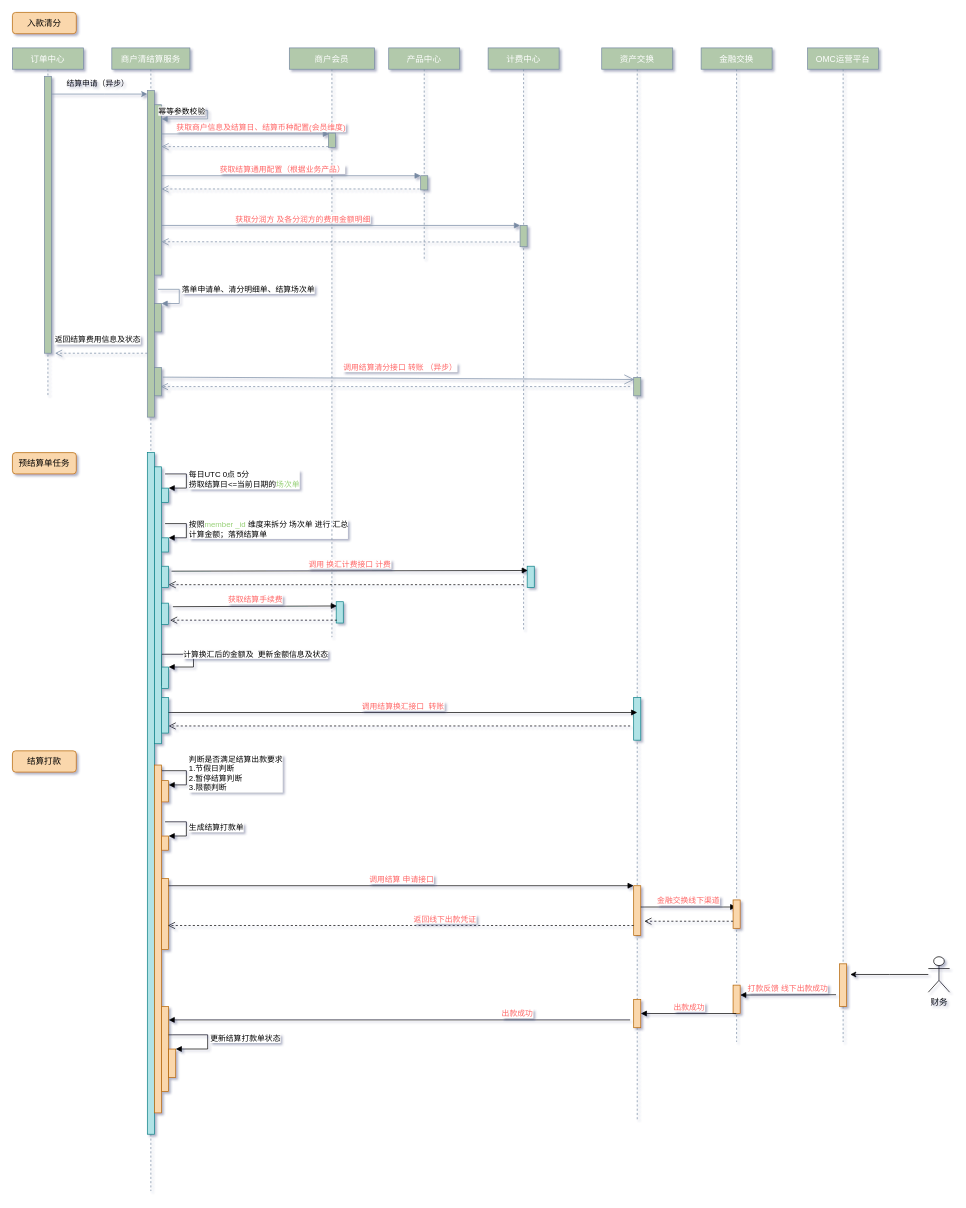
Before: merchant-settle/Untitled Diagram.drawio in DominicElvira/Diagrams, a draw.io diagram. Source tidied: cells renumbered, new cells numbered last; positions are measured from the earlier drawing's top-left corner, leaving out a move shared by most shapes. Both pictures are drawn from the tidied source at 71%, with x=0, y=0 at pixel (12, 12).
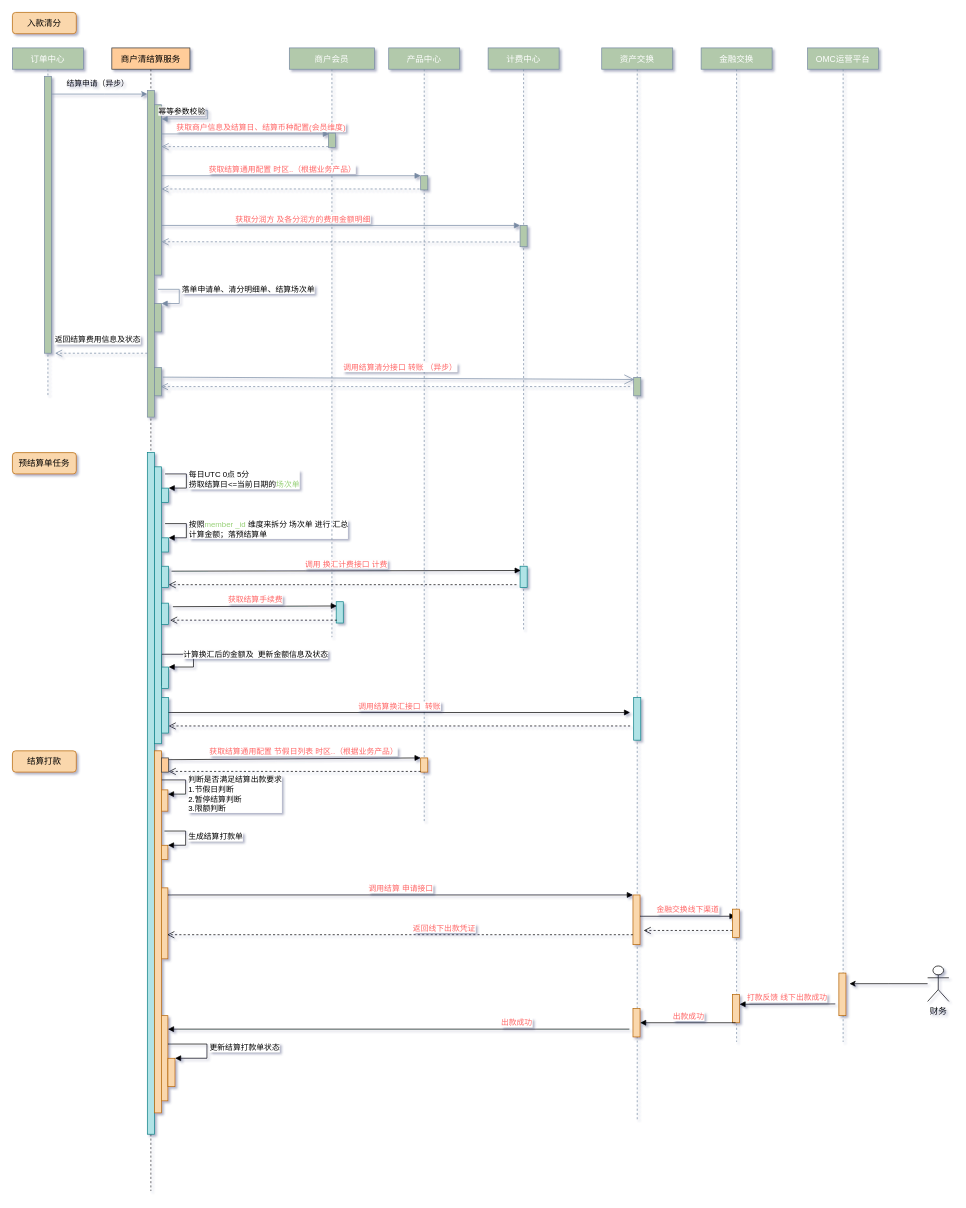
After the change.

The change refers to these unchanged cells:
```xml
<mxCell id="17" style="html=1;points=[];perimeter=orthogonalPerimeter;fillColor=#b0e3e6;strokeColor=#0e8088;" parent="4" vertex="1">
  <mxGeometry x="70" y="915" width="10" height="50" as="geometry" />
</mxCell>
<mxCell id="22" style="html=1;points=[];perimeter=orthogonalPerimeter;fillColor=#b0e3e6;strokeColor=#0e8088;" parent="4" vertex="1">
  <mxGeometry x="70" y="730" width="10" height="30" as="geometry" />
</mxCell>
<mxCell id="31" value="计费中心" style="shape=umlLifeline;perimeter=lifelinePerimeter;shadow=0;strokeWidth=1;fillColor=#B2C9AB;strokeColor=#788AA3;fontColor=#FFFFFF;rounded=0;size=30;" parent="1" vertex="1">
  <mxGeometry x="670" y="50" width="100" height="820" as="geometry" />
</mxCell>
<mxCell id="34" value="资产交换" style="shape=umlLifeline;perimeter=lifelinePerimeter;shadow=0;strokeWidth=1;fillColor=#B2C9AB;strokeColor=#788AA3;fontColor=#FFFFFF;rounded=0;size=30;" parent="1" vertex="1">
  <mxGeometry x="830" y="50" width="100" height="1510" as="geometry" />
</mxCell>
<mxCell id="67" value="金融交换" style="shape=umlLifeline;perimeter=lifelinePerimeter;shadow=0;strokeWidth=1;fillColor=#B2C9AB;strokeColor=#788AA3;fontColor=#FFFFFF;rounded=0;size=30;" parent="1" vertex="1">
  <mxGeometry x="970" y="50" width="100" height="1400" as="geometry" />
</mxCell>
<mxCell id="73" value="OMC运营平台" style="shape=umlLifeline;perimeter=lifelinePerimeter;shadow=0;strokeWidth=1;fillColor=#B2C9AB;strokeColor=#788AA3;fontColor=#FFFFFF;rounded=0;size=30;" parent="1" vertex="1">
  <mxGeometry x="1120" y="50" width="100" height="1400" as="geometry" />
</mxCell>
```

Diff of the diagram source:
```diff
@@
-    <mxCell id="4" value="商户清结算服务" style="shape=umlLifeline;perimeter=lifelinePerimeter;shadow=0;strokeWidth=1;fillColor=#B2C9AB;strokeColor=#788AA3;fontColor=#FFFFFF;rounded=0;size=30;" parent="1" vertex="1">
+    <mxCell id="4" value="商户清结算服务" style="shape=umlLifeline;perimeter=lifelinePerimeter;shadow=0;strokeWidth=1;fillColor=#ffcc99;strokeColor=#36393d;rounded=0;size=30;" parent="1" vertex="1">
       <mxGeometry x="140" y="50" width="110" height="1610" as="geometry" />
     </mxCell>
@@
     <mxCell id="20" style="html=1;perimeter=orthogonalPerimeter;fillColor=#fad7ac;strokeColor=#b46504;" parent="4" vertex="1">
-      <mxGeometry x="70" y="1032" width="10" height="30" as="geometry" />
+      <mxGeometry x="69" y="1045" width="10" height="30" as="geometry" />
     </mxCell>
     <mxCell id="21" value="判断是否满足结算出款要求&lt;br&gt;1.节假日判断 &lt;br&gt;2.暂停结算判断 &lt;br&gt;3.限额判断" style="edgeStyle=orthogonalEdgeStyle;html=1;align=left;spacingLeft=2;endArrow=block;rounded=0;entryX=1;entryY=0;fontColor=#000000;exitX=1;exitY=0.795;exitDx=0;exitDy=0;exitPerimeter=0;" parent="4" edge="1">
-      <mxGeometry relative="1" as="geometry">
-        <mxPoint x="70" y="1016" as="sourcePoint" />
-        <mxPoint x="80" y="1038" as="targetPoint" />
+      <mxGeometry x="0.39" relative="1" as="geometry">
+        <mxPoint x="69" y="1029" as="sourcePoint" />
+        <mxPoint x="79" y="1051" as="targetPoint" />
         <Array as="points">
-          <mxPoint x="70" y="1018" />
-          <mxPoint x="105" y="1018" />
-          <mxPoint x="105" y="1038" />
+          <mxPoint x="69" y="1031" />
+          <mxPoint x="104" y="1031" />
+          <mxPoint x="104" y="1051" />
         </Array>
       </mxGeometry>
     </mxCell>
@@
     <mxCell id="23" style="html=1;points=[];perimeter=orthogonalPerimeter;fillColor=#fad7ac;strokeColor=#b46504;" parent="4" vertex="1">
-      <mxGeometry x="70" y="1110" width="10" height="20" as="geometry" />
+      <mxGeometry x="69" y="1123" width="10" height="20" as="geometry" />
     </mxCell>
     <mxCell id="24" value="生成结算打款单" style="edgeStyle=orthogonalEdgeStyle;html=1;align=left;spacingLeft=2;endArrow=block;rounded=0;entryX=1;entryY=0;fontColor=#000000;" parent="4" edge="1" target="23">
       <mxGeometry relative="1" as="geometry">
-        <mxPoint x="75" y="1090" as="sourcePoint" />
+        <mxPoint x="74" y="1103" as="sourcePoint" />
         <Array as="points">
-          <mxPoint x="105" y="1090" />
+          <mxPoint x="104" y="1103" />
         </Array>
       </mxGeometry>
     </mxCell>
     <mxCell id="25" style="html=1;points=[];perimeter=orthogonalPerimeter;fillColor=#fad7ac;strokeColor=#b46504;" parent="4" vertex="1">
-      <mxGeometry x="70" y="1170" width="10" height="100" as="geometry" />
+      <mxGeometry x="69" y="1183" width="10" height="100" as="geometry" />
     </mxCell>
     <mxCell id="26" style="html=1;points=[];perimeter=orthogonalPerimeter;fillColor=#fad7ac;strokeColor=#b46504;" parent="4" vertex="1">
-      <mxGeometry x="70" y="1350" width="10" height="120" as="geometry" />
+      <mxGeometry x="69" y="1363" width="10" height="120" as="geometry" />
     </mxCell>
     <mxCell id="27" style="html=1;points=[];perimeter=orthogonalPerimeter;fillColor=#fad7ac;strokeColor=#b46504;" parent="4" vertex="1">
-      <mxGeometry x="80" y="1410" width="10" height="40" as="geometry" />
+      <mxGeometry x="79" y="1423" width="10" height="40" as="geometry" />
     </mxCell>
     <mxCell id="28" value="更新结算打款单状态" style="edgeStyle=orthogonalEdgeStyle;html=1;align=left;spacingLeft=2;endArrow=block;rounded=0;entryX=1;entryY=0;fontColor=#000000;" parent="4" edge="1" source="26" target="27">
       <mxGeometry relative="1" as="geometry">
         <Array as="points">
-          <mxPoint x="135" y="1390" />
-          <mxPoint x="135" y="1410" />
+          <mxPoint x="134" y="1403" />
+          <mxPoint x="134" y="1423" />
         </Array>
       </mxGeometry>
     </mxCell>
@@
     <mxCell id="30" style="html=1;perimeter=orthogonalPerimeter;fillColor=#fad7ac;strokeColor=#b46504;" parent="4" vertex="1">
-      <mxGeometry x="60" y="1010" width="10" height="490" as="geometry" />
+      <mxGeometry x="60" y="990" width="10" height="510" as="geometry" />
     </mxCell>
+    <mxCell id="78" style="html=1;points=[];perimeter=orthogonalPerimeter;fillColor=#ffcc99;strokeColor=#36393d;" parent="4" vertex="1">
+      <mxGeometry x="70" y="1000" width="10" height="20" as="geometry" />
+    </mxCell>
@@
     <mxCell id="33" style="html=1;points=[];perimeter=orthogonalPerimeter;fillColor=#b0e3e6;strokeColor=#0e8088;" parent="31" vertex="1">
-      <mxGeometry x="55" y="730" width="10" height="30" as="geometry" />
+      <mxGeometry x="45" y="730" width="10" height="30" as="geometry" />
     </mxCell>
@@
     <mxCell id="38" style="html=1;points=[];perimeter=orthogonalPerimeter;fillColor=#fad7ac;strokeColor=#b46504;" parent="34" vertex="1">
-      <mxGeometry x="45" y="1180" width="10" height="70" as="geometry" />
+      <mxGeometry x="44" y="1193" width="10" height="70" as="geometry" />
     </mxCell>
-    <mxCell id="39" value="&lt;font color=&quot;#ff6666&quot;&gt;金融交换线下渠道&lt;/font&gt;" style="html=1;verticalAlign=bottom;endArrow=block;rounded=0;fontColor=#000000;" parent="34" edge="1" target="67">
+    <mxCell id="39" value="&lt;font color=&quot;#ff6666&quot;&gt;金融交换线下渠道&lt;/font&gt;" style="html=1;verticalAlign=bottom;endArrow=block;rounded=0;fontColor=#000000;" parent="34" edge="1">
       <mxGeometry relative="1" as="geometry">
-        <mxPoint x="55" y="1210" as="sourcePoint" />
+        <mxPoint x="54" y="1223" as="sourcePoint" />
+        <mxPoint x="188.5" y="1223" as="targetPoint" />
       </mxGeometry>
     </mxCell>
     <mxCell id="40" style="html=1;perimeter=orthogonalPerimeter;fillColor=#fad7ac;strokeColor=#b46504;" parent="34" vertex="1">
-      <mxGeometry x="45" y="1340" width="10" height="40" as="geometry" />
+      <mxGeometry x="44" y="1353" width="10" height="40" as="geometry" />
     </mxCell>
@@
     <mxCell id="47" value="产品中心" style="shape=umlLifeline;perimeter=lifelinePerimeter;shadow=0;strokeWidth=1;fillColor=#B2C9AB;strokeColor=#788AA3;fontColor=#FFFFFF;rounded=0;size=30;" parent="1" vertex="1">
-      <mxGeometry x="530" y="50" width="100" height="300" as="geometry" />
+      <mxGeometry x="530" y="50" width="100" height="1090" as="geometry" />
     </mxCell>
@@
+    <mxCell id="79" style="html=1;points=[];perimeter=orthogonalPerimeter;fillColor=#fad7ac;strokeColor=#b46504;" parent="47" vertex="1">
+      <mxGeometry x="45" y="1000" width="10" height="20" as="geometry" />
+    </mxCell>
-    <mxCell id="49" value="&lt;font color=&quot;#ff6666&quot;&gt;获取结算通用配置（根据&lt;/font&gt;&lt;span style=&quot;color: rgb(255 , 102 , 102)&quot;&gt;业务产品&lt;/span&gt;&lt;font color=&quot;#ff6666&quot;&gt;）&lt;/font&gt;" style="html=1;verticalAlign=bottom;endArrow=block;entryX=0;entryY=0;fontSize=11;fontColor=#000000;strokeColor=#788AA3;fillColor=#B2C9AB;curved=0;jumpStyle=none;" parent="1" edge="1">
+    <mxCell id="49" value="&lt;font color=&quot;#ff6666&quot;&gt;获取结算通用配置 时区..（根据&lt;/font&gt;&lt;span style=&quot;color: rgb(255 , 102 , 102)&quot;&gt;业务产品&lt;/span&gt;&lt;font color=&quot;#ff6666&quot;&gt;）&lt;/font&gt;" style="html=1;verticalAlign=bottom;endArrow=block;entryX=0;entryY=0;fontSize=11;fontColor=#000000;strokeColor=#788AA3;fillColor=#B2C9AB;curved=0;jumpStyle=none;" parent="1" edge="1">
       <mxGeometry x="-0.07" relative="1" as="geometry">
         <mxPoint x="210" y="230" as="sourcePoint" />
         <mxPoint x="575" y="230" as="targetPoint" />
       </mxGeometry>
     </mxCell>
@@
     <mxCell id="55" value="调用结算换汇接口&amp;nbsp; 转账" style="html=1;verticalAlign=bottom;startArrow=none;endArrow=block;rounded=0;fontColor=#FF6666;startFill=0;" parent="1" edge="1" source="17">
       <mxGeometry relative="1" as="geometry">
-        <mxPoint x="880" y="986" as="targetPoint" />
+        <mxPoint x="870" y="986" as="targetPoint" />
       </mxGeometry>
     </mxCell>
@@
     <mxCell id="59" style="html=1;verticalAlign=bottom;endArrow=open;dashed=1;endSize=8;rounded=0;fontColor=#000000;entryX=1;entryY=0.867;entryDx=0;entryDy=0;entryPerimeter=0;" parent="1" edge="1" target="22">
       <mxGeometry relative="1" as="geometry">
-        <mxPoint x="720" y="806" as="sourcePoint" />
+        <mxPoint x="710" y="806" as="sourcePoint" />
       </mxGeometry>
     </mxCell>
@@
     <mxCell id="64" value="&lt;font color=&quot;#ff6666&quot;&gt;调用结算 申请接口&lt;/font&gt;" style="html=1;verticalAlign=bottom;endArrow=block;entryX=0;entryY=0;rounded=0;fontColor=#000000;" parent="1" edge="1" target="38">
       <mxGeometry relative="1" as="geometry">
-        <mxPoint x="220" y="1230" as="sourcePoint" />
+        <mxPoint x="219" y="1243" as="sourcePoint" />
       </mxGeometry>
     </mxCell>
@@
     <mxCell id="68" style="html=1;perimeter=orthogonalPerimeter;fillColor=#fad7ac;strokeColor=#b46504;" parent="67" vertex="1">
-      <mxGeometry x="45" y="1200" width="10" height="40" as="geometry" />
+      <mxGeometry x="44" y="1213" width="10" height="40" as="geometry" />
     </mxCell>
     <mxCell id="69" style="html=1;verticalAlign=bottom;endArrow=open;dashed=1;endSize=8;rounded=0;fontColor=#000000;" parent="67" edge="1">
       <mxGeometry relative="1" as="geometry">
-        <mxPoint x="45" y="1230" as="sourcePoint" />
-        <mxPoint x="-80" y="1230" as="targetPoint" />
+        <mxPoint x="44" y="1243" as="sourcePoint" />
+        <mxPoint x="-81" y="1243" as="targetPoint" />
       </mxGeometry>
     </mxCell>
     <mxCell id="70" style="html=1;perimeter=orthogonalPerimeter;fillColor=#fad7ac;strokeColor=#b46504;" parent="67" vertex="1">
-      <mxGeometry x="45" y="1320" width="10" height="40" as="geometry" />
+      <mxGeometry x="44" y="1333" width="10" height="40" as="geometry" />
     </mxCell>
     <mxCell id="71" value="&lt;font color=&quot;#ff6666&quot;&gt;打款反馈 线下出款成功&lt;/font&gt;" style="html=1;verticalAlign=bottom;endArrow=block;rounded=0;fontColor=#000000;" parent="67" edge="1">
       <mxGeometry relative="1" as="geometry">
-        <mxPoint x="190" y="1333.5" as="sourcePoint" />
-        <mxPoint x="55" y="1334" as="targetPoint" />
+        <mxPoint x="189" y="1346.5" as="sourcePoint" />
+        <mxPoint x="54" y="1347" as="targetPoint" />
       </mxGeometry>
     </mxCell>
-    <mxCell id="72" value="&lt;font color=&quot;#ff6666&quot;&gt;出款成功&lt;/font&gt;" style="html=1;verticalAlign=bottom;endArrow=block;rounded=0;fontColor=#000000;" parent="67" edge="1" source="67">
+    <mxCell id="72" value="&lt;font color=&quot;#ff6666&quot;&gt;出款成功&lt;/font&gt;" style="html=1;verticalAlign=bottom;endArrow=block;rounded=0;fontColor=#000000;" parent="67" edge="1">
       <mxGeometry relative="1" as="geometry">
-        <mxPoint x="-85" y="1360" as="targetPoint" />
+        <mxPoint x="48.5" y="1373" as="sourcePoint" />
+        <mxPoint x="-86" y="1373" as="targetPoint" />
       </mxGeometry>
     </mxCell>
@@
     <mxCell id="74" style="html=1;perimeter=orthogonalPerimeter;fillColor=#fad7ac;strokeColor=#b46504;" parent="73" vertex="1">
-      <mxGeometry x="45" y="1290" width="10" height="60" as="geometry" />
+      <mxGeometry x="44" y="1303" width="10" height="60" as="geometry" />
     </mxCell>
     <mxCell id="75" style="edgeStyle=orthogonalEdgeStyle;rounded=0;jettySize=auto;html=1;fontColor=#000000;startArrow=none;startFill=0;" parent="1" edge="1" source="76">
       <mxGeometry relative="1" as="geometry">
-        <mxPoint x="1180" y="1355" as="targetPoint" />
+        <mxPoint x="1179" y="1368" as="targetPoint" />
       </mxGeometry>
     </mxCell>
     <mxCell id="76" value="财务" style="shape=umlActor;verticalLabelPosition=bottom;verticalAlign=top;html=1;fontColor=#000000;" parent="1" vertex="1">
-      <mxGeometry x="1290" y="1330" width="30" height="50" as="geometry" />
+      <mxGeometry x="1289" y="1343" width="30" height="50" as="geometry" />
     </mxCell>
     <mxCell id="77" value="&lt;font color=&quot;#ff6666&quot;&gt;出款成功&lt;/font&gt;" style="html=1;verticalAlign=bottom;endArrow=block;rounded=0;fontColor=#000000;" parent="1" edge="1">
       <mxGeometry x="-0.51" relative="1" as="geometry">
-        <mxPoint x="870" y="1419" as="sourcePoint" />
-        <mxPoint x="220" y="1419" as="targetPoint" />
+        <mxPoint x="869" y="1432" as="sourcePoint" />
+        <mxPoint x="219" y="1432" as="targetPoint" />
       </mxGeometry>
     </mxCell>
+    <mxCell id="80" value="&lt;font color=&quot;#ff6666&quot;&gt;获取结算通用配置 节假日列表 时区..（根据&lt;/font&gt;&lt;span style=&quot;color: rgb(255 , 102 , 102)&quot;&gt;业务产品&lt;/span&gt;&lt;font color=&quot;#ff6666&quot;&gt;）&lt;/font&gt;" style="html=1;verticalAlign=bottom;endArrow=block;entryX=0;entryY=0;rounded=0;exitX=1;exitY=0.125;exitDx=0;exitDy=0;exitPerimeter=0;" parent="1" edge="1" source="78" target="79">
+      <mxGeometry x="0.07" y="1" relative="1" as="geometry" />
+    </mxCell>
+    <mxCell id="81" style="html=1;verticalAlign=bottom;endArrow=open;dashed=1;endSize=8;exitX=0;exitY=0.95;rounded=0;" parent="1" edge="1" source="79" target="78">
+      <mxGeometry relative="1" as="geometry" />
+    </mxCell>
```
